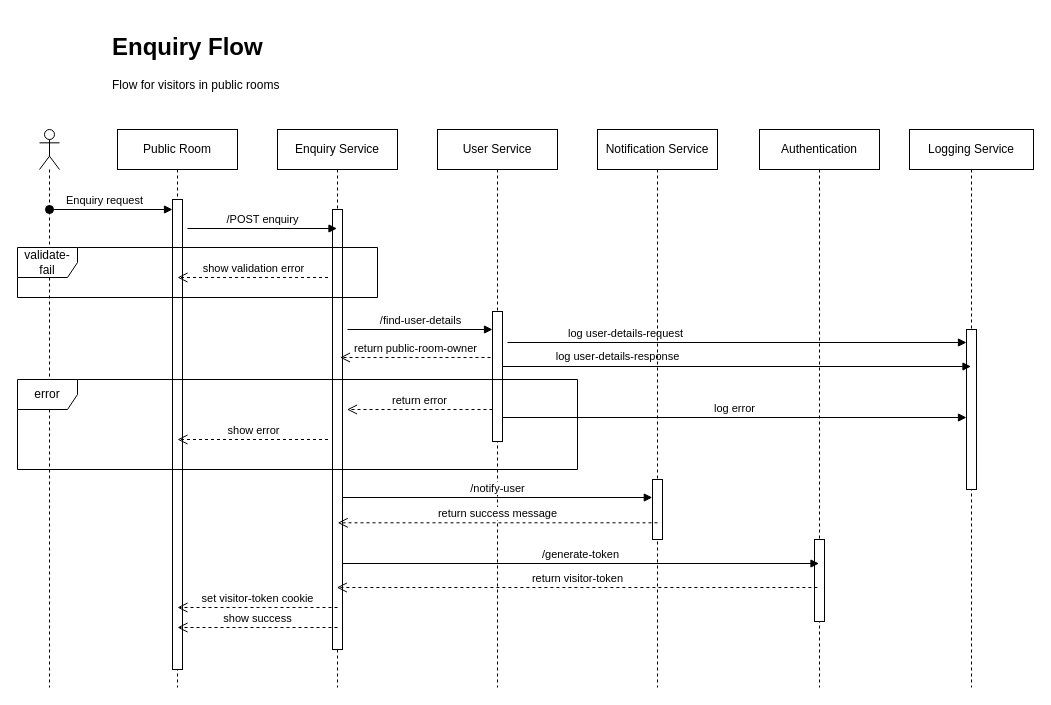
The draw.io diagram page "Enquiry Flow" (2 of 3) of docs/assets/Sequence Diagram.drawio in akshayvijaynair/music-academy-docs, before the edit. Source tidied: cells renumbered, new cells numbered last; positions are measured from the earlier drawing's top-left corner, leaving out a move shared by most shapes. Both pictures are drawn from the tidied source at 100%, with x=0, y=0 at pixel (17, 27).
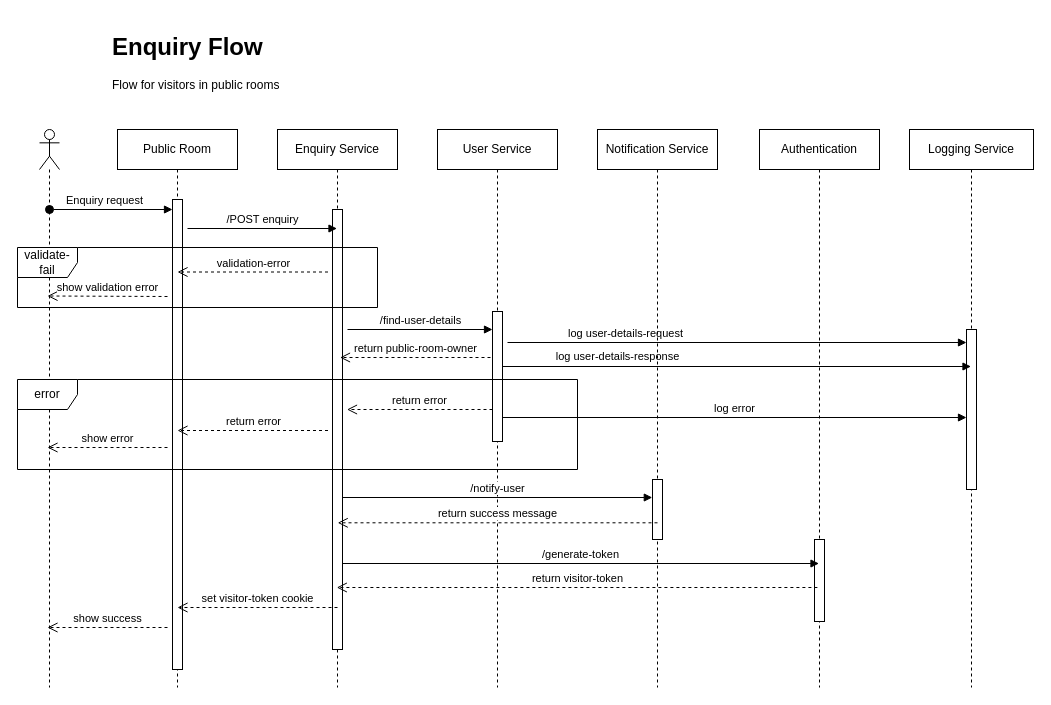
The same page after the edit.

Diff of the diagram source:
```diff
@@
-    <mxCell id="20" value="show error" style="html=1;verticalAlign=bottom;endArrow=open;dashed=1;endSize=8;curved=0;rounded=0;" parent="1" edge="1">
+    <mxCell id="20" value="return error" style="html=1;verticalAlign=bottom;endArrow=open;dashed=1;endSize=8;curved=0;rounded=0;" parent="1" edge="1">
       <mxGeometry relative="1" as="geometry">
-        <mxPoint x="310.5" y="412" as="sourcePoint" />
-        <mxPoint x="160" y="412" as="targetPoint" />
+        <mxPoint x="310.5" y="403" as="sourcePoint" />
+        <mxPoint x="160" y="403" as="targetPoint" />
       </mxGeometry>
     </mxCell>
@@
     <mxCell id="23" value="validate-fail" style="shape=umlFrame;whiteSpace=wrap;html=1;" parent="1" vertex="1">
-      <mxGeometry y="220" width="360" height="50" as="geometry" />
+      <mxGeometry y="220" width="360" height="60" as="geometry" />
     </mxCell>
-    <mxCell id="24" value="show validation error" style="html=1;verticalAlign=bottom;endArrow=open;dashed=1;endSize=8;curved=0;rounded=0;" parent="1" edge="1">
+    <mxCell id="24" value="validation-error" style="html=1;verticalAlign=bottom;endArrow=open;dashed=1;endSize=8;curved=0;rounded=0;" parent="1" edge="1">
       <mxGeometry relative="1" as="geometry">
-        <mxPoint x="310.5" y="250" as="sourcePoint" />
-        <mxPoint x="160" y="250" as="targetPoint" />
+        <mxPoint x="310.5" y="244.5" as="sourcePoint" />
+        <mxPoint x="160" y="244.5" as="targetPoint" />
       </mxGeometry>
     </mxCell>
@@
     <mxCell id="34" value="show success" style="html=1;verticalAlign=bottom;endArrow=open;dashed=1;endSize=8;curved=0;rounded=0;" parent="1" edge="1">
       <mxGeometry relative="1" as="geometry">
-        <mxPoint x="320" y="600" as="sourcePoint" />
-        <mxPoint x="160" y="600" as="targetPoint" />
+        <mxPoint x="150" y="600" as="sourcePoint" />
+        <mxPoint x="30" y="600" as="targetPoint" />
       </mxGeometry>
     </mxCell>
+    <mxCell id="35" value="show validation error" style="html=1;verticalAlign=bottom;endArrow=open;dashed=1;endSize=8;curved=0;rounded=0;" parent="1" edge="1">
+      <mxGeometry relative="1" as="geometry">
+        <mxPoint x="150" y="269" as="sourcePoint" />
+        <mxPoint x="30" y="268.5" as="targetPoint" />
+      </mxGeometry>
+    </mxCell>
+    <mxCell id="36" value="show error" style="html=1;verticalAlign=bottom;endArrow=open;dashed=1;endSize=8;curved=0;rounded=0;" parent="1" edge="1">
+      <mxGeometry relative="1" as="geometry">
+        <mxPoint x="150" y="420" as="sourcePoint" />
+        <mxPoint x="30" y="420" as="targetPoint" />
+      </mxGeometry>
+    </mxCell>
```
